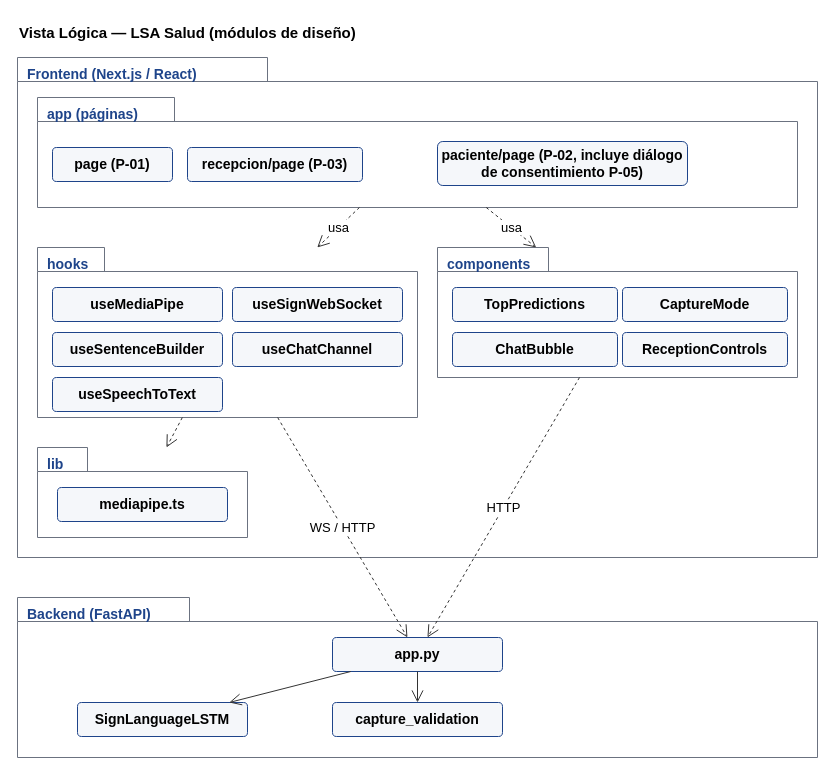
Before: docs/TP7/diagramas/arquitectura/06_vista_logica.drawio in santinohamada/Nexora, a draw.io diagram. Source tidied: cells renumbered, new cells numbered last; positions are measured from the earlier drawing's top-left corner, leaving out a move shared by most shapes. Both pictures are drawn from the tidied source at 100%, with x=0, y=0 at pixel (17, 17).
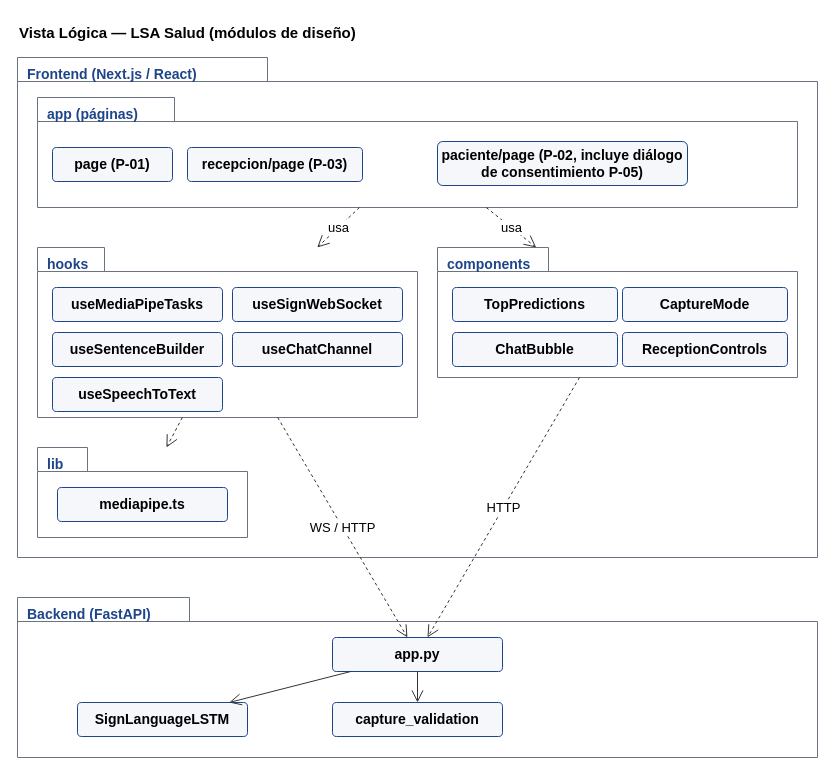
The same page after the edit.

Change to the diagram source:
```diff
@@
-    <mxCell id="12" value="useMediaPipe" style="rounded=1;arcSize=12;html=1;whiteSpace=wrap;fillColor=#F5F7FA;strokeColor=#1E448A;fontStyle=1;fontSize=14;fontFamily=Helvetica;" parent="1" vertex="1">
+    <mxCell id="12" value="useMediaPipeTasks" style="rounded=1;arcSize=12;html=1;whiteSpace=wrap;fillColor=#F5F7FA;strokeColor=#1E448A;fontStyle=1;fontSize=14;fontFamily=Helvetica;" parent="1" vertex="1">
       <mxGeometry x="35" y="270" width="170" height="34" as="geometry" />
     </mxCell>
```
